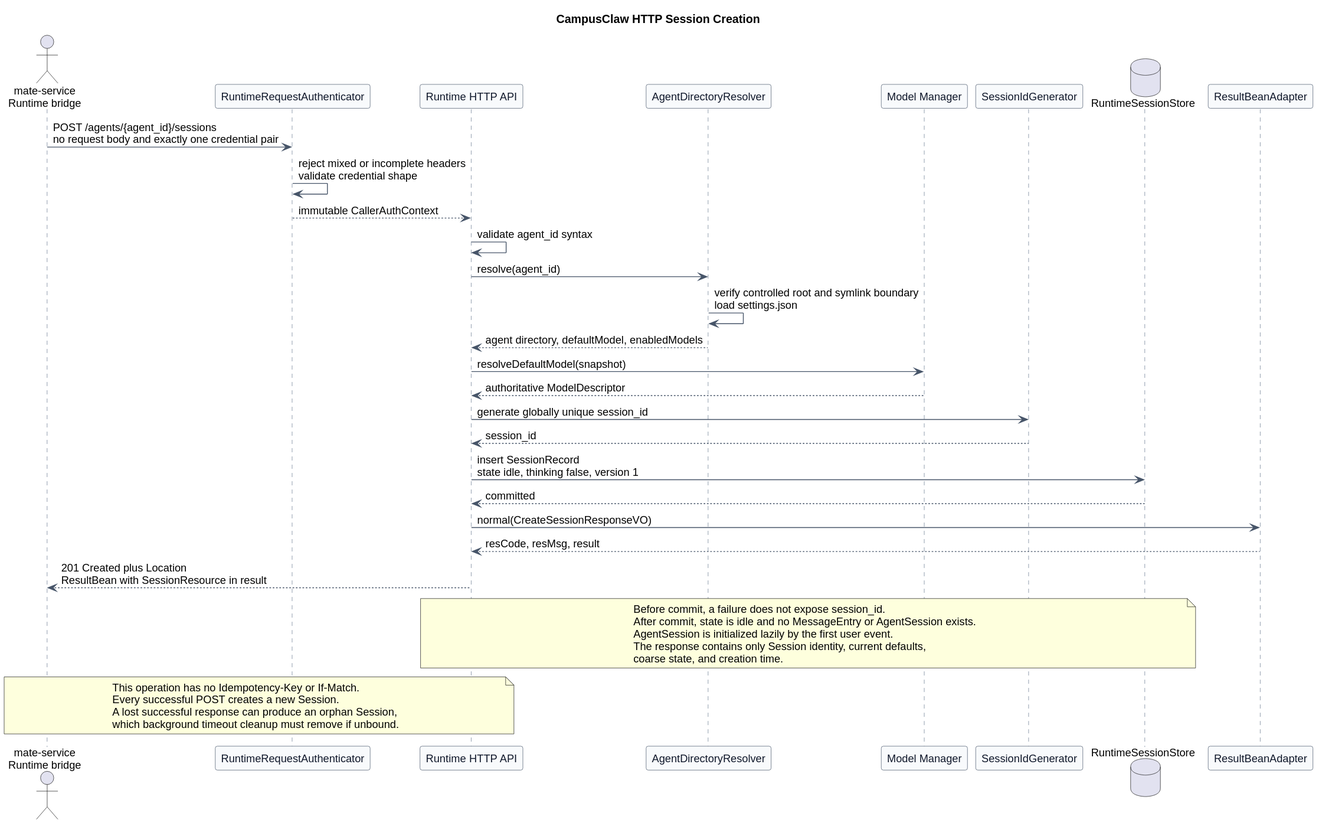
Earlier version of the PlantUML export pi-mono-java-manager-driven-multi-agent-runtime/http_session_creation.svg (ssm0808/pi-mono-java-design).
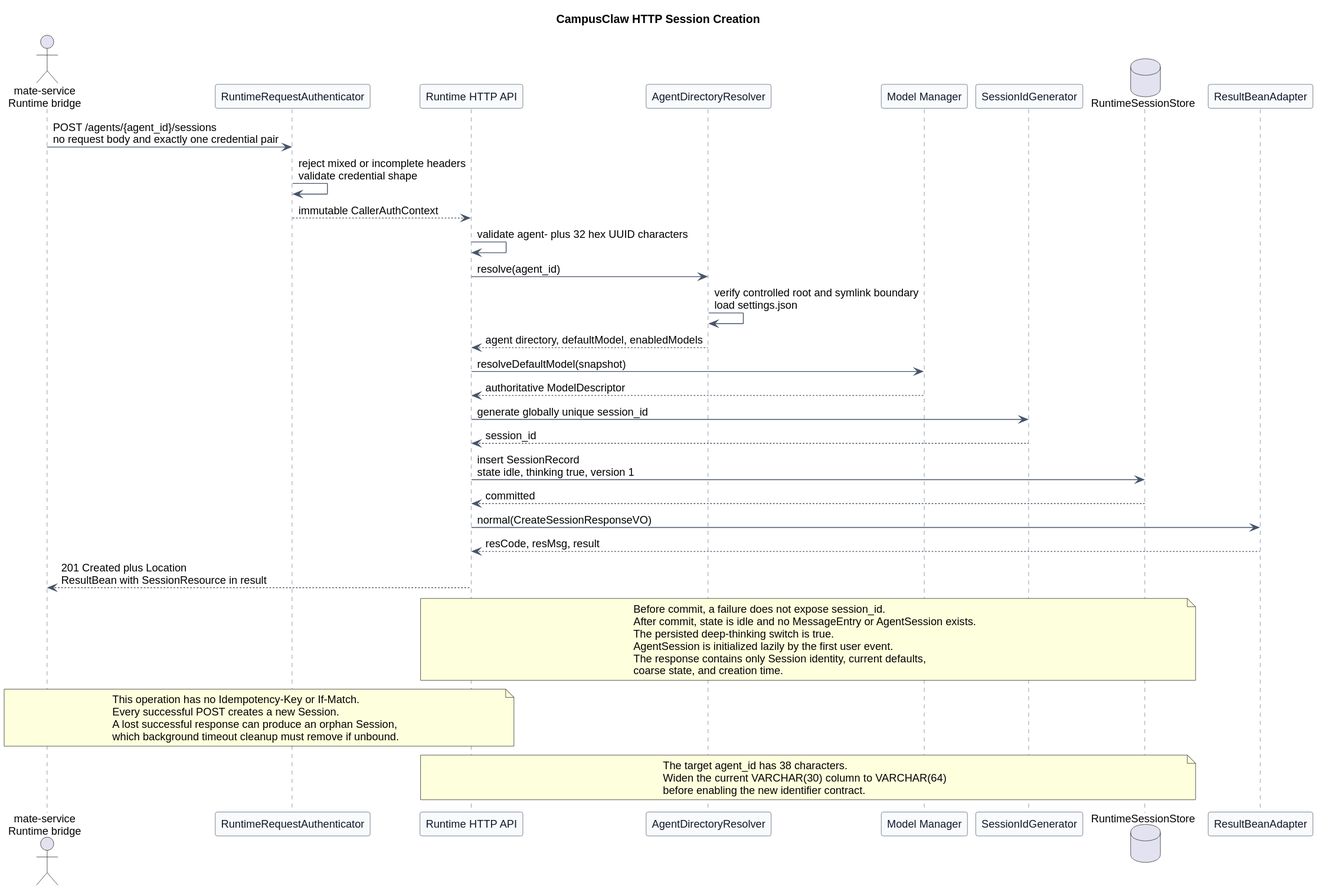
After the commit.

Diff of the diagram source:
```diff
@@ -31,7 +31,7 @@
 Mate -> Auth : POST /agents/{agent_id}/sessions\nno request body and exactly one credential pair
 Auth -> Auth : reject mixed or incomplete headers\nvalidate credential shape
 Auth --> API : immutable CallerAuthContext
-API -> API : validate agent_id syntax
+API -> API : validate agent- plus 32 hex UUID characters
 API -> Resolver : resolve(agent_id)
 Resolver -> Resolver : verify controlled root and symlink boundary\nload settings.json
 Resolver --> API : agent directory, defaultModel, enabledModels
@@ -39,7 +39,7 @@
 Models --> API : authoritative ModelDescriptor
 API -> Ids : generate globally unique session_id
 Ids --> API : session_id
-API -> Store : insert SessionRecord\nstate idle, thinking false, version 1
+API -> Store : insert SessionRecord\nstate idle, thinking true, version 1
 Store --> API : committed
 API -> ResultAdapter : normal(CreateSessionResponseVO)
 ResultAdapter --> API : resCode, resMsg, result
@@ -48,6 +48,7 @@
 note over API,Store
 Before commit, a failure does not expose session_id.
 After commit, state is idle and no MessageEntry or AgentSession exists.
+The persisted deep-thinking switch is true.
 AgentSession is initialized lazily by the first user event.
 The response contains only Session identity, current defaults,
 coarse state, and creation time.
@@ -59,4 +60,10 @@
 A lost successful response can produce an orphan Session,
 which background timeout cleanup must remove if unbound.
 end note
+
+note over API,Store
+The target agent_id has 38 characters.
+Widen the current VARCHAR(30) column to VARCHAR(64)
+before enabling the new identifier contract.
+end note
 @enduml
```
